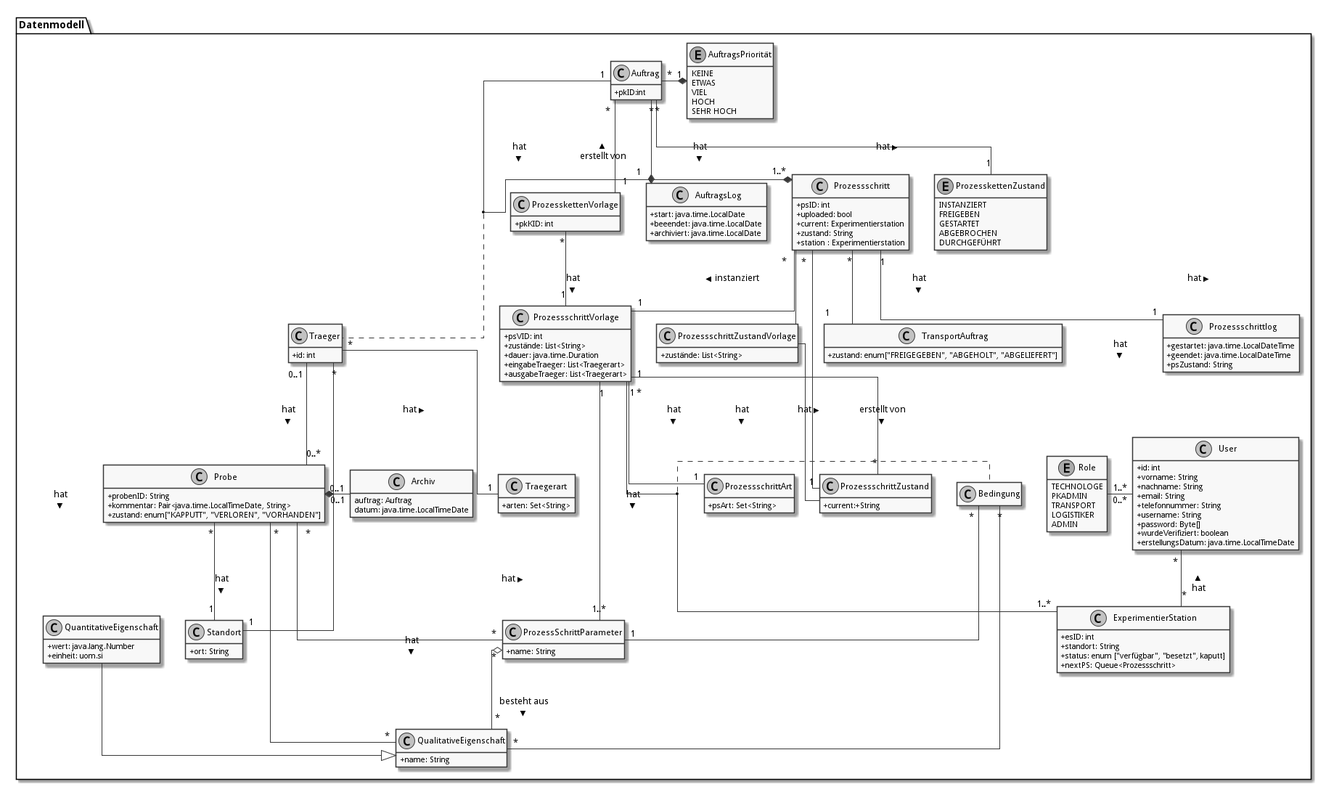
fkehlenb/softwareprojekt-2 keeps this PlantUML diagram as doc/UML/datenModel.png. Above is the earlier version.
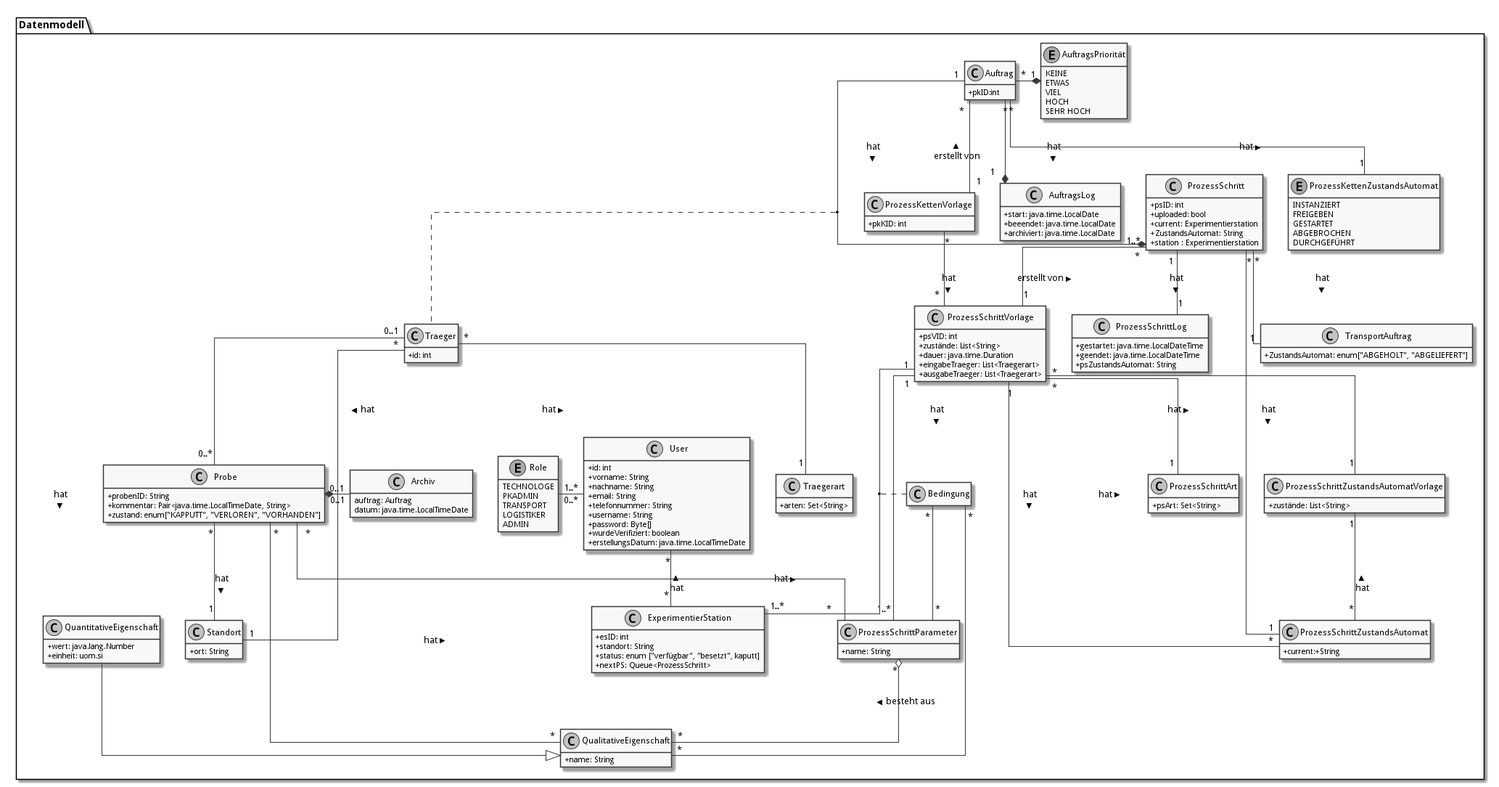
The same diagram one commit later.

The edit, as a diff of the source:
```diff
@@ -61,29 +61,29 @@
   +einheit: uom.si
 }
 
-class "Prozessschritt" as ps {
+class "ProzessSchritt" as ps {
   +psID: int
   +uploaded: bool
   +current: Experimentierstation
-  +zustand: String
+  +ZustandsAutomat: String
   +station : Experimentierstation
 }
 
-class Prozessschrittlog {
+class ProzessSchrittLog {
   +gestartet: java.time.LocalDateTime
   +geendet: java.time.LocalDateTime
-  +psZustand: String
+  +psZustandsAutomat: String
 }
 
-class ProzessschrittZustand {
+class ProzessSchrittZustandsAutomat {
   +current:+String
 }
 
-class ProzessschrittZustandVorlage {
+class ProzessSchrittZustandsAutomatVorlage {
    +zustände: List<String>
 }
 
-class "ProzessschrittVorlage" as psV {
+class "ProzessSchrittVorlage" as psV {
   +psVID: int
   +zustände: List<String>
   +dauer: java.time.Duration
@@ -91,12 +91,12 @@
   +ausgabeTraeger: List<Traegerart>
 }
 
-class ProzessschrittArt {
+class ProzessSchrittArt {
   +psArt: Set<String>
 }
 
  class TransportAuftrag {
-   +zustand: enum["FREIGEGEBEN", "ABGEHOLT", "ABGELIEFERT"]
+   +ZustandsAutomat: enum["ABGEHOLT", "ABGELIEFERT"]
 }
 
  class "ProzessSchrittParameter" as pp {
@@ -123,11 +123,11 @@
 SEHR HOCH
 }
 
-class "ProzesskettenVorlage" as pkV {
+class "ProzessKettenVorlage" as pkV {
     +pkKID: int
 }
 
-enum "ProzesskettenZustand" as pkZ {
+enum "ProzessKettenZustandsAutomat" as pkZ {
     INSTANZIERT
     FREIGEBEN
     GESTARTET
@@ -142,7 +142,7 @@
   +esID: int
   +standort: String
   +status: enum ["verfügbar", "besetzt", kaputt]
-  +nextPS: Queue<Prozessschritt>
+  +nextPS: Queue<ProzessSchritt>
 }
 
 
@@ -160,29 +160,29 @@
   (Auftrag, ps) .. Traeger
 
 
-  ps "*" -- "1" psV: instanziert >
-  ps "1"-- "1" Prozessschrittlog:  hat >
-  ps "*" -- "1" ProzessschrittZustand: hat >
+  ps "*" -- "1" psV: < erstellt von
+  ps "1"-- "1" ProzessSchrittLog:  hat >
+  ps "*" -- "1" ProzessSchrittZustandsAutomat: hat >
   ps "*" -- "1" TransportAuftrag: hat >
 
 
-  psV "*" --  "1" ProzessschrittArt: hat >
+  psV "*" --  "1" ProzessSchrittArt: hat >
   psV "1" -- "1..*" pp: hat >
   psV "1" --"1..*" es: hat >
-  psV "1" -- "*" ProzessschrittZustand: hat >
+  psV "1" -- "*" ProzessSchrittZustandsAutomat: hat >
 
   (psV, es) .. Bedingung
 
- ProzessschrittZustandVorlage -- ProzessschrittZustand: erstellt von >
- ps -- ProzessschrittZustandVorlage
+ ProzessSchrittZustandsAutomatVorlage "1" -- "*" ProzessSchrittZustandsAutomat: < hat
+ psV "*" -- "1" ProzessSchrittZustandsAutomatVorlage
 
  Traeger "*" -- "1" Traegerart: hat >
  Traeger "0..1" -- "0..*" Probe: hat >
  Traeger "*" -- "1" Standort: hat >
 
-  pkV "*" -- "1" psV: hat >
+  pkV "*" -- "*" psV: hat >
 
-  Bedingung "*" -- "1" pp
+  Bedingung "*" -- "*" pp
   Bedingung  "*" -- "*" qualE
 
 
```
